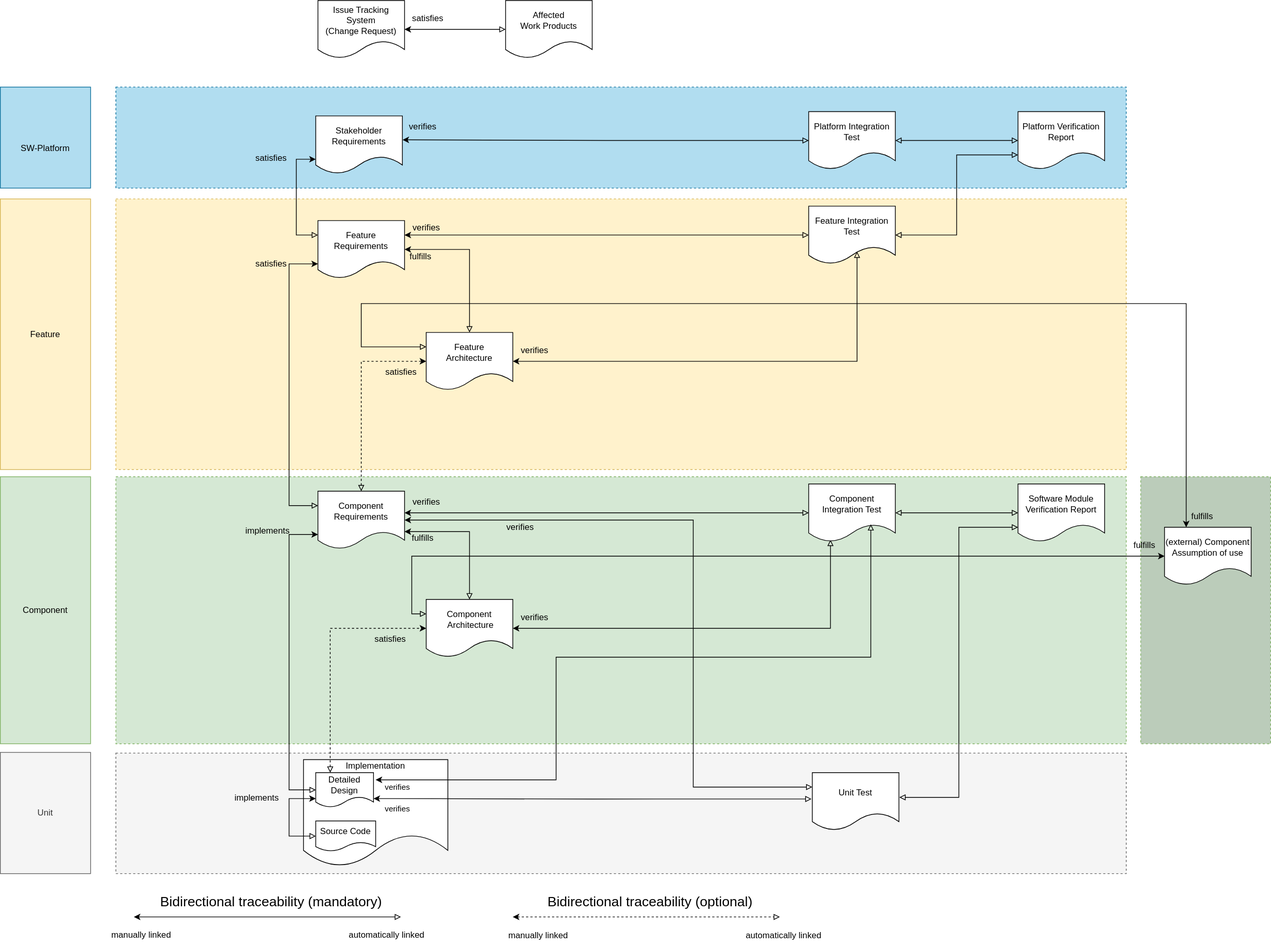
The draw.io diagram main/_images/score_traceability_model_wp_overview.drawio.svg in esrlabs/score_reference_integration, before a commit. Source tidied: cells renumbered, new cells last; positions are measured from the earlier drawing's top-left corner, leaving out a move shared by most shapes.
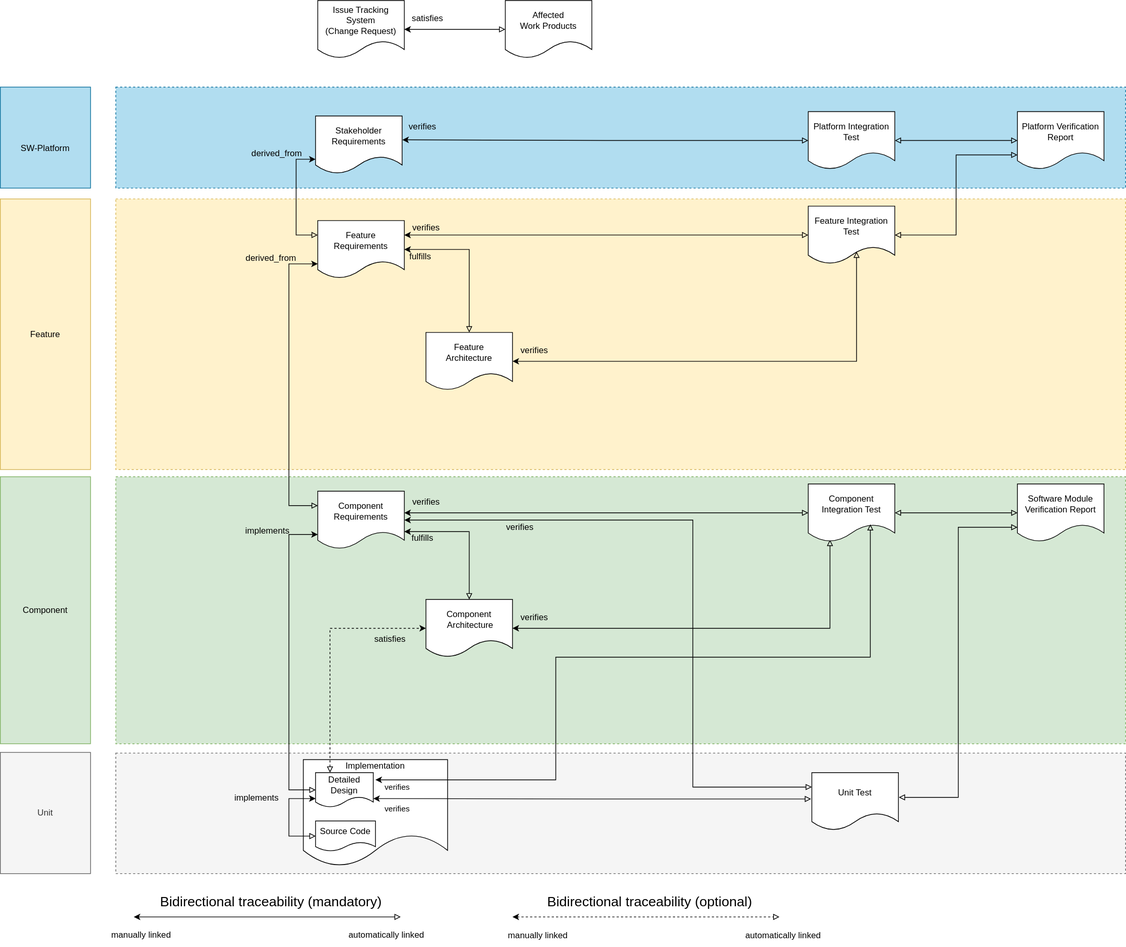
After the commit.

Change to the diagram source:
```diff
@@ -53,11 +53,6 @@
         </Array>
       </mxGeometry>
     </mxCell>
-    <mxCell id="14" style="edgeStyle=orthogonalEdgeStyle;rounded=0;jettySize=auto;html=1;entryX=0;entryY=0.5;entryDx=0;entryDy=0;exitX=0.5;exitY=0;exitDx=0;exitDy=0;startArrow=block;startFill=0;dashed=1;" parent="1" edge="1" source="12" target="26">
-      <mxGeometry x="0.48" y="20" relative="1" as="geometry">
-        <mxPoint y="-3" as="offset" />
-      </mxGeometry>
-    </mxCell>
     <mxCell id="15" style="edgeStyle=orthogonalEdgeStyle;rounded=0;jettySize=auto;html=1;startArrow=classic;startFill=1;endArrow=block;endFill=0;entryX=0.251;entryY=0.967;entryDx=0;entryDy=0;entryPerimeter=0;" parent="1" edge="1" source="16" target="21">
       <mxGeometry relative="1" as="geometry" />
     </mxCell>
@@ -143,29 +138,6 @@
     <mxCell id="37" value="Software Module Verification Report" style="shape=document;whiteSpace=wrap;html=1;boundedLbl=1;" parent="1" vertex="1">
       <mxGeometry x="1410" y="670" width="120" height="80" as="geometry" />
     </mxCell>
-    <mxCell id="38" style="rounded=0;whiteSpace=wrap;html=1;dashed=1;fillColor=#BBCCBA;strokeColor=#82b366;" parent="1" vertex="1">
-      <mxGeometry x="1580" y="660" width="180" height="370" as="geometry" />
-    </mxCell>
-    <mxCell id="39" style="edgeStyle=orthogonalEdgeStyle;rounded=0;jettySize=auto;html=1;entryX=0;entryY=0.25;entryDx=0;entryDy=0;startArrow=classic;startFill=1;endArrow=block;endFill=0;" parent="1" edge="1" source="41" target="16">
-      <mxGeometry relative="1" as="geometry">
-        <Array as="points">
-          <mxPoint x="570" y="770" />
-          <mxPoint x="570" y="850" />
-        </Array>
-      </mxGeometry>
-    </mxCell>
-    <mxCell id="40" style="edgeStyle=orthogonalEdgeStyle;rounded=0;jettySize=auto;html=1;entryX=0;entryY=0.25;entryDx=0;entryDy=0;startArrow=classic;startFill=1;exitX=0.25;exitY=0;exitDx=0;exitDy=0;endArrow=block;endFill=0;" parent="1" edge="1" source="41" target="26">
-      <mxGeometry relative="1" as="geometry">
-        <Array as="points">
-          <mxPoint x="1643" y="420" />
-          <mxPoint x="500" y="420" />
-          <mxPoint x="500" y="480" />
-        </Array>
-      </mxGeometry>
-    </mxCell>
-    <mxCell id="41" value="(external) Component Assumption of use" style="shape=document;whiteSpace=wrap;html=1;boundedLbl=1;" parent="1" vertex="1">
-      <mxGeometry x="1613" y="730" width="120" height="80" as="geometry" />
-    </mxCell>
     <mxCell id="42" style="edgeStyle=orthogonalEdgeStyle;rounded=0;orthogonalLoop=1;jettySize=auto;html=1;startArrow=classic;startFill=1;endArrow=block;endFill=0;" parent="1" edge="1">
       <mxGeometry x="0.38" y="5" relative="1" as="geometry">
         <mxPoint x="185" y="1270" as="sourcePoint" />
@@ -240,11 +212,11 @@
     <mxCell id="57" value="automatically linked" style="text;html=1;align=center;verticalAlign=middle;strokeColor=none;fillColor=none;" parent="1" vertex="1">
       <mxGeometry x="1020" y="1281" width="130" height="30" as="geometry" />
     </mxCell>
-    <mxCell id="58" value="satisfies" style="text;html=1;align=center;verticalAlign=middle;strokeColor=none;fillColor=none;" parent="1" vertex="1">
-      <mxGeometry x="340" y="204" width="70" height="30" as="geometry" />
+    <mxCell id="58" value="derived_from" style="text;html=1;align=center;verticalAlign=middle;strokeColor=none;fillColor=none;" parent="1" vertex="1">
+      <mxGeometry x="338" y="197" width="90" height="30" as="geometry" />
     </mxCell>
-    <mxCell id="59" value="satisfies" style="text;html=1;align=center;verticalAlign=middle;strokeColor=none;fillColor=none;" parent="1" vertex="1">
-      <mxGeometry x="340" y="350" width="70" height="30" as="geometry" />
+    <mxCell id="59" value="derived_from" style="text;html=1;align=center;verticalAlign=middle;strokeColor=none;fillColor=none;" parent="1" vertex="1">
+      <mxGeometry x="330" y="342" width="90" height="30" as="geometry" />
     </mxCell>
     <mxCell id="60" value="implements" style="text;html=1;align=center;verticalAlign=middle;strokeColor=none;fillColor=none;" parent="1" vertex="1">
       <mxGeometry x="330" y="720" width="80" height="30" as="geometry" />
@@ -252,9 +224,6 @@
     <mxCell id="61" value="implements" style="text;html=1;align=center;verticalAlign=middle;strokeColor=none;fillColor=none;" parent="1" vertex="1">
       <mxGeometry x="315" y="1090" width="80" height="30" as="geometry" />
     </mxCell>
-    <mxCell id="62" value="satisfies" style="text;html=1;align=center;verticalAlign=middle;strokeColor=none;fillColor=none;" parent="1" vertex="1">
-      <mxGeometry x="520" y="500" width="70" height="30" as="geometry" />
-    </mxCell>
     <mxCell id="63" value="satisfies" style="text;html=1;align=center;verticalAlign=middle;strokeColor=none;fillColor=none;" parent="1" vertex="1">
       <mxGeometry x="505" y="870" width="70" height="30" as="geometry" />
     </mxCell>
@@ -264,12 +233,6 @@
     <mxCell id="65" value="fulfills" style="text;html=1;align=center;verticalAlign=middle;strokeColor=none;fillColor=none;" parent="1" vertex="1">
       <mxGeometry x="560" y="730" width="50" height="30" as="geometry" />
     </mxCell>
-    <mxCell id="66" value="fulfills" style="text;html=1;align=center;verticalAlign=middle;strokeColor=none;fillColor=none;" parent="1" vertex="1">
-      <mxGeometry x="1560" y="740" width="50" height="30" as="geometry" />
-    </mxCell>
-    <mxCell id="67" value="fulfills" style="text;html=1;align=center;verticalAlign=middle;strokeColor=none;fillColor=none;" parent="1" vertex="1">
-      <mxGeometry x="1640" y="700" width="50" height="30" as="geometry" />
-    </mxCell>
     <mxCell id="68" value="satisfies" style="text;html=1;align=center;verticalAlign=middle;strokeColor=none;fillColor=none;" parent="1" vertex="1">
       <mxGeometry x="557" y="10" width="70" height="30" as="geometry" />
     </mxCell>
```
